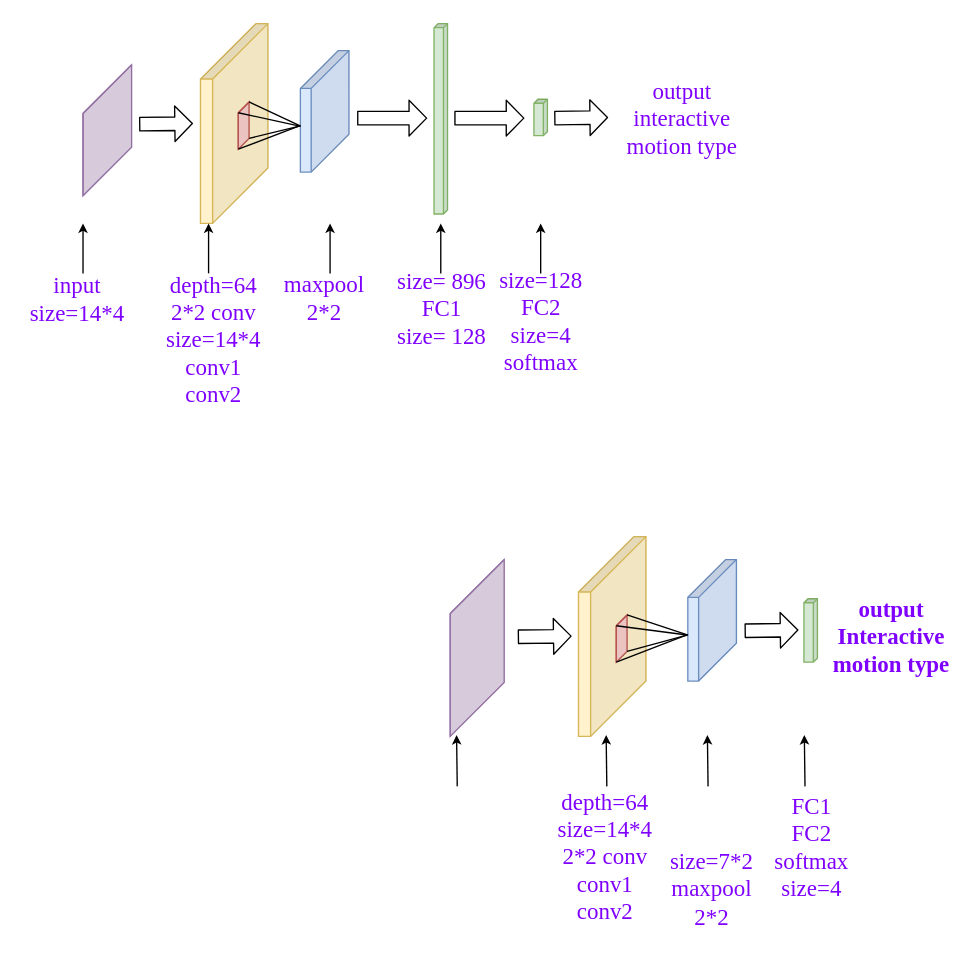
The draw.io diagram Interactive.drawio in ByronGe/ff, before the edit. Source tidied: cells renumbered, new cells numbered last; positions are measured from the earlier drawing's top-left corner, leaving out a move shared by most shapes. Both pictures are drawn from the tidied source at 135%, with x=0, y=0 at pixel (23, 23).
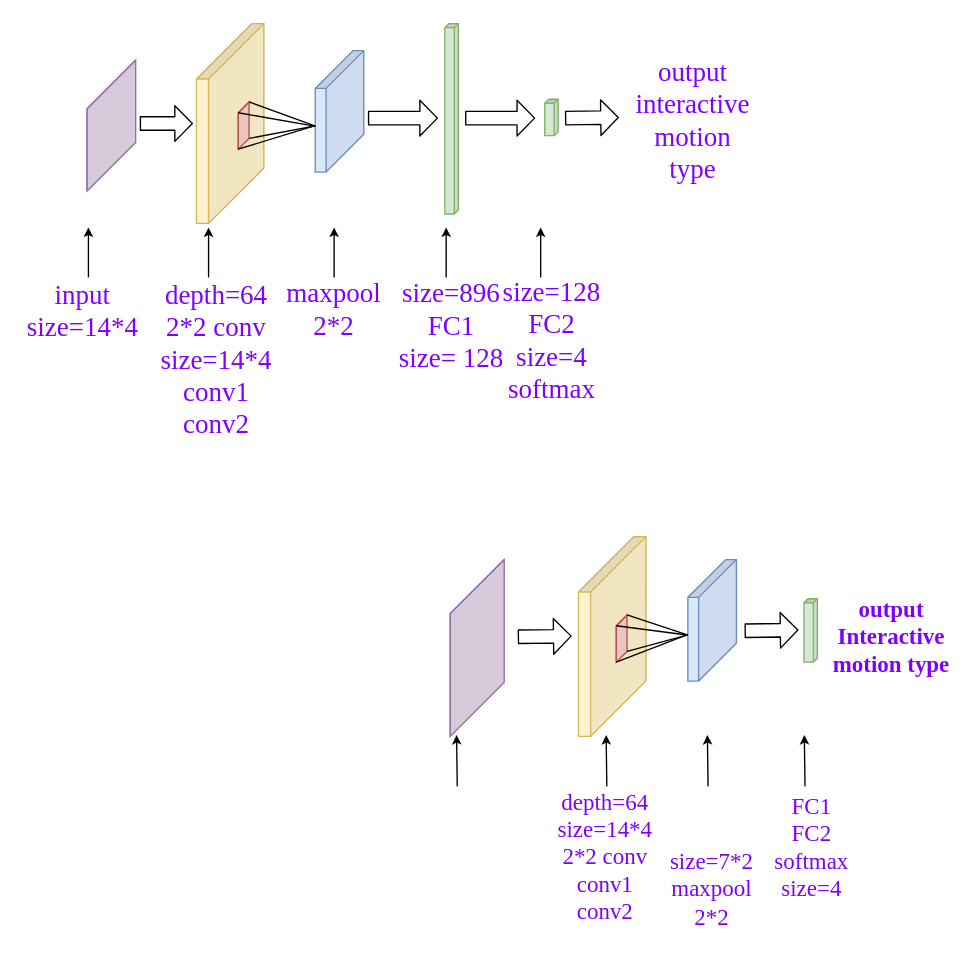
Above is the later version.

Change to the diagram source:
```diff
@@
-    <mxCell id="19" style="shape=cube;whiteSpace=wrap;html=1;boundedLbl=1;backgroundOutline=1;darkOpacity=0.05;darkOpacity2=0.1;fillColor=#dae8fc;strokeColor=#6c8ebf;size=28;direction=south;fontSize=17;fontStyle=0;" parent="1" vertex="1">
-      <mxGeometry x="205" y="20" width="36" height="90" as="geometry" />
+    <mxCell id="19" style="shape=cube;whiteSpace=wrap;html=1;boundedLbl=1;backgroundOutline=1;darkOpacity=0.05;darkOpacity2=0.1;fillColor=#dae8fc;strokeColor=#6c8ebf;size=28;direction=south;fontSize=20;fontStyle=0;" parent="1" vertex="1">
+      <mxGeometry x="216" y="20" width="36" height="90" as="geometry" />
     </mxCell>
-    <mxCell id="20" style="shape=cube;whiteSpace=wrap;html=1;boundedLbl=1;backgroundOutline=1;darkOpacity=0.05;darkOpacity2=0.1;fillColor=#fff2cc;strokeColor=#d6b656;size=41;direction=south;fontSize=17;fontStyle=0;" parent="1" vertex="1">
-      <mxGeometry x="131" width="50" height="148" as="geometry" />
+    <mxCell id="20" style="shape=cube;whiteSpace=wrap;html=1;boundedLbl=1;backgroundOutline=1;darkOpacity=0.05;darkOpacity2=0.1;fillColor=#fff2cc;strokeColor=#d6b656;size=41;direction=south;fontSize=20;fontStyle=0;" parent="1" vertex="1">
+      <mxGeometry x="128" width="50" height="148" as="geometry" />
     </mxCell>
-    <mxCell id="21" style="shape=cube;whiteSpace=wrap;html=1;boundedLbl=1;backgroundOutline=1;darkOpacity=0.05;darkOpacity2=0.1;fillColor=#d5e8d4;strokeColor=#82b366;size=3;direction=south;fontSize=17;fontStyle=0;" parent="1" vertex="1">
-      <mxGeometry x="304" width="10" height="141" as="geometry" />
+    <mxCell id="21" style="shape=cube;whiteSpace=wrap;html=1;boundedLbl=1;backgroundOutline=1;darkOpacity=0.05;darkOpacity2=0.1;fillColor=#d5e8d4;strokeColor=#82b366;size=3;direction=south;fontSize=20;fontStyle=0;" parent="1" vertex="1">
+      <mxGeometry x="312" width="10" height="141" as="geometry" />
     </mxCell>
-    <mxCell id="22" style="shape=cube;whiteSpace=wrap;html=1;boundedLbl=1;backgroundOutline=1;darkOpacity=0.05;darkOpacity2=0.1;fillColor=#d5e8d4;strokeColor=#82b366;size=3;direction=south;fontSize=17;fontStyle=0;" parent="1" vertex="1">
-      <mxGeometry x="378" y="56" width="10" height="27" as="geometry" />
+    <mxCell id="22" style="shape=cube;whiteSpace=wrap;html=1;boundedLbl=1;backgroundOutline=1;darkOpacity=0.05;darkOpacity2=0.1;fillColor=#d5e8d4;strokeColor=#82b366;size=3;direction=south;fontSize=20;fontStyle=0;" parent="1" vertex="1">
+      <mxGeometry x="386" y="56" width="10" height="27" as="geometry" />
     </mxCell>
-    <mxCell id="23" style="shape=cube;whiteSpace=wrap;html=1;boundedLbl=1;backgroundOutline=1;darkOpacity=0.05;darkOpacity2=0.1;fillColor=#f8cecc;strokeColor=#b85450;size=9;direction=south;fontSize=17;fontStyle=0;" parent="1" vertex="1">
+    <mxCell id="23" style="shape=cube;whiteSpace=wrap;html=1;boundedLbl=1;backgroundOutline=1;darkOpacity=0.05;darkOpacity2=0.1;fillColor=#f8cecc;strokeColor=#b85450;size=9;direction=south;fontSize=20;fontStyle=0;" parent="1" vertex="1">
       <mxGeometry x="159" y="58" width="8" height="35" as="geometry" />
     </mxCell>
-    <mxCell id="24" style="endArrow=none;html=1;exitX=0;exitY=0;exitDx=8;exitDy=8;exitPerimeter=0;entryX=0.621;entryY=1.015;entryDx=0;entryDy=0;entryPerimeter=0;fontSize=17;fontStyle=0;" parent="1" edge="1" source="23" target="19">
+    <mxCell id="24" style="endArrow=none;html=1;exitX=0;exitY=0;exitDx=8;exitDy=8;exitPerimeter=0;entryX=0.621;entryY=1.015;entryDx=0;entryDy=0;entryPerimeter=0;fontSize=20;fontStyle=0;" parent="1" edge="1" source="23" target="19">
       <mxGeometry relative="1" as="geometry" />
     </mxCell>
-    <mxCell id="25" style="endArrow=none;html=1;exitX=0;exitY=0;exitDx=0;exitDy=0;exitPerimeter=0;entryX=0.621;entryY=0.993;entryDx=0;entryDy=0;entryPerimeter=0;fontSize=17;fontStyle=0;" parent="1" edge="1" source="23" target="19">
+    <mxCell id="25" style="endArrow=none;html=1;exitX=0;exitY=0;exitDx=0;exitDy=0;exitPerimeter=0;entryX=0.621;entryY=0.993;entryDx=0;entryDy=0;entryPerimeter=0;fontSize=20;fontStyle=0;" parent="1" edge="1" source="23" target="19">
       <mxGeometry relative="1" as="geometry" />
     </mxCell>
-    <mxCell id="26" style="endArrow=none;html=1;entryX=0;entryY=0;entryDx=35;entryDy=8;entryPerimeter=0;exitX=0.619;exitY=1.019;exitDx=0;exitDy=0;exitPerimeter=0;fontSize=17;fontStyle=0;" parent="1" edge="1" source="19" target="23">
+    <mxCell id="26" style="endArrow=none;html=1;entryX=0;entryY=0;entryDx=35;entryDy=8;entryPerimeter=0;exitX=0.619;exitY=1.019;exitDx=0;exitDy=0;exitPerimeter=0;fontSize=20;fontStyle=0;" parent="1" edge="1" source="19" target="23">
       <mxGeometry relative="1" as="geometry" />
     </mxCell>
-    <mxCell id="27" style="endArrow=none;html=1;entryX=0;entryY=0;entryDx=27;entryDy=0;entryPerimeter=0;exitX=0.619;exitY=0.998;exitDx=0;exitDy=0;exitPerimeter=0;fontSize=17;fontStyle=0;" parent="1" edge="1" source="19" target="23">
+    <mxCell id="27" style="endArrow=none;html=1;entryX=0;entryY=0;entryDx=27;entryDy=0;entryPerimeter=0;exitX=0.619;exitY=0.998;exitDx=0;exitDy=0;exitPerimeter=0;fontSize=20;fontStyle=0;" parent="1" edge="1" source="19" target="23">
       <mxGeometry relative="1" as="geometry" />
     </mxCell>
-    <mxCell id="28" value="&lt;font color=&quot;#7f00ff&quot; style=&quot;font-size: 17px;&quot;&gt;&lt;span style=&quot;font-size: 17px;&quot;&gt;depth=64&lt;br style=&quot;font-size: 17px;&quot;&gt;2*2 conv&lt;br style=&quot;font-size: 17px;&quot;&gt;size=14*4&lt;br style=&quot;font-size: 17px;&quot;&gt;conv1&lt;br style=&quot;font-size: 17px;&quot;&gt;conv2&lt;/span&gt;&lt;/font&gt;&lt;br style=&quot;font-size: 17px;&quot;&gt;" style="text;html=1;strokeColor=none;fillColor=none;align=center;verticalAlign=middle;whiteSpace=wrap;rounded=0;fontFamily=Times New Roman;fontSize=17;fontStyle=0;fillOpacity=50;opacity=0;glass=0;comic=0;perimeterSpacing=7;spacing=50;" parent="1" vertex="1">
-      <mxGeometry x="106" y="180.2" width="70" height="110" as="geometry" />
+    <mxCell id="28" value="&lt;font color=&quot;#7f00ff&quot; style=&quot;font-size: 20px;&quot;&gt;&lt;span style=&quot;font-size: 20px;&quot;&gt;depth=64&lt;br style=&quot;font-size: 20px;&quot;&gt;2*2 conv&lt;br style=&quot;font-size: 20px;&quot;&gt;size=14*4&lt;br style=&quot;font-size: 20px;&quot;&gt;conv1&lt;br style=&quot;font-size: 20px;&quot;&gt;conv2&lt;/span&gt;&lt;/font&gt;&lt;br style=&quot;font-size: 20px;&quot;&gt;" style="text;html=1;strokeColor=none;fillColor=none;align=center;verticalAlign=middle;whiteSpace=wrap;rounded=0;fontFamily=Times New Roman;fontSize=20;fontStyle=0;fillOpacity=50;opacity=0;glass=0;comic=0;perimeterSpacing=7;spacing=50;" parent="1" vertex="1">
+      <mxGeometry x="108" y="193" width="70" height="110" as="geometry" />
     </mxCell>
-    <mxCell id="29" value="&lt;font color=&quot;#7f00ff&quot; style=&quot;font-size: 17px;&quot;&gt;&lt;span style=&quot;font-size: 17px;&quot;&gt;maxpool&lt;br style=&quot;font-size: 17px;&quot;&gt;2*2&lt;br style=&quot;font-size: 17px;&quot;&gt;&lt;/span&gt;&lt;/font&gt;" style="text;html=1;strokeColor=none;fillColor=none;align=center;verticalAlign=middle;whiteSpace=wrap;rounded=0;fontFamily=Times New Roman;fontSize=17;fontStyle=0;" parent="1" vertex="1">
-      <mxGeometry x="181" y="176" width="84" height="56" as="geometry" />
+    <mxCell id="29" value="&lt;font color=&quot;#7f00ff&quot; style=&quot;font-size: 20px;&quot;&gt;&lt;span style=&quot;font-size: 20px;&quot;&gt;maxpool&lt;br style=&quot;font-size: 20px;&quot;&gt;2*2&lt;br style=&quot;font-size: 20px;&quot;&gt;&lt;/span&gt;&lt;/font&gt;" style="text;html=1;strokeColor=none;fillColor=none;align=center;verticalAlign=middle;whiteSpace=wrap;rounded=0;fontFamily=Times New Roman;fontSize=20;fontStyle=0;" parent="1" vertex="1">
+      <mxGeometry x="188" y="183" width="84" height="56" as="geometry" />
     </mxCell>
-    <mxCell id="30" value="&lt;font color=&quot;#7f00ff&quot; style=&quot;font-size: 17px;&quot;&gt;&lt;span style=&quot;font-size: 17px;&quot;&gt;&lt;font style=&quot;vertical-align: inherit; font-size: 17px;&quot;&gt;&lt;font style=&quot;vertical-align: inherit; font-size: 17px;&quot;&gt;size= 896 &lt;/font&gt;&lt;/font&gt;&lt;br style=&quot;font-size: 17px;&quot;&gt;&lt;font style=&quot;vertical-align: inherit; font-size: 17px;&quot;&gt;&lt;font style=&quot;vertical-align: inherit; font-size: 17px;&quot;&gt;FC1 &lt;/font&gt;&lt;/font&gt;&lt;br style=&quot;font-size: 17px;&quot;&gt;&lt;font style=&quot;vertical-align: inherit; font-size: 17px;&quot;&gt;&lt;font style=&quot;vertical-align: inherit; font-size: 17px;&quot;&gt;size= 128&lt;/font&gt;&lt;/font&gt;&lt;/span&gt;&lt;/font&gt;" style="text;html=1;strokeColor=none;fillColor=none;align=center;verticalAlign=middle;whiteSpace=wrap;rounded=0;direction=south;fontFamily=Times New Roman;fontSize=17;fontStyle=0;" parent="1" vertex="1">
-      <mxGeometry x="255" y="172" width="110" height="80" as="geometry" />
+    <mxCell id="30" value="&lt;font color=&quot;#7f00ff&quot; style=&quot;font-size: 20px&quot;&gt;&lt;span style=&quot;font-size: 20px&quot;&gt;&lt;font style=&quot;vertical-align: inherit ; font-size: 20px&quot;&gt;&lt;font style=&quot;vertical-align: inherit ; font-size: 20px&quot;&gt;size=896 &lt;/font&gt;&lt;/font&gt;&lt;br style=&quot;font-size: 20px&quot;&gt;&lt;font style=&quot;vertical-align: inherit ; font-size: 20px&quot;&gt;&lt;font style=&quot;vertical-align: inherit ; font-size: 20px&quot;&gt;FC1 &lt;/font&gt;&lt;/font&gt;&lt;br style=&quot;font-size: 20px&quot;&gt;&lt;font style=&quot;vertical-align: inherit ; font-size: 20px&quot;&gt;&lt;font style=&quot;vertical-align: inherit ; font-size: 20px&quot;&gt;size= 128&lt;/font&gt;&lt;/font&gt;&lt;/span&gt;&lt;/font&gt;" style="text;html=1;strokeColor=none;fillColor=none;align=center;verticalAlign=middle;whiteSpace=wrap;rounded=0;direction=south;fontFamily=Times New Roman;fontSize=20;fontStyle=0;" parent="1" vertex="1">
+      <mxGeometry x="262" y="183" width="110" height="80" as="geometry" />
     </mxCell>
-    <mxCell id="31" style="shape=cube;whiteSpace=wrap;html=1;boundedLbl=1;backgroundOutline=1;darkOpacity=0.05;darkOpacity2=0.1;fillColor=#e1d5e7;strokeColor=#9673a6;size=41;direction=south;fontSize=17;fontStyle=0;" parent="1" vertex="1">
-      <mxGeometry x="44" y="30.5" width="36" height="97" as="geometry" />
+    <mxCell id="31" style="shape=cube;whiteSpace=wrap;html=1;boundedLbl=1;backgroundOutline=1;darkOpacity=0.05;darkOpacity2=0.1;fillColor=#e1d5e7;strokeColor=#9673a6;size=41;direction=south;fontSize=20;fontStyle=0;" parent="1" vertex="1">
+      <mxGeometry x="47" y="27" width="36" height="97" as="geometry" />
     </mxCell>
-    <mxCell id="32" value="&lt;font style=&quot;font-size: 17px;&quot; color=&quot;#7f00ff&quot;&gt;&lt;span style=&quot;font-size: 17px; line-height: 110%;&quot;&gt;input&lt;br style=&quot;font-size: 17px;&quot;&gt;size=14*4&lt;/span&gt;&lt;/font&gt;" style="text;html=1;strokeColor=none;fillColor=none;align=center;verticalAlign=middle;whiteSpace=wrap;rounded=0;fontFamily=Times New Roman;fontSize=17;fontStyle=0;strokeOpacity=100;imageHeight=17;" parent="1" vertex="1">
-      <mxGeometry y="180" width="80" height="50" as="geometry" />
+    <mxCell id="32" value="&lt;font style=&quot;font-size: 20px;&quot; color=&quot;#7f00ff&quot;&gt;&lt;span style=&quot;font-size: 20px; line-height: 110%;&quot;&gt;input&lt;br style=&quot;font-size: 20px;&quot;&gt;size=14*4&lt;/span&gt;&lt;/font&gt;" style="text;html=1;strokeColor=none;fillColor=none;align=center;verticalAlign=middle;whiteSpace=wrap;rounded=0;fontFamily=Times New Roman;fontSize=20;fontStyle=0;strokeOpacity=100;imageHeight=17;" parent="1" vertex="1">
+      <mxGeometry x="4" y="187" width="80" height="50" as="geometry" />
     </mxCell>
-    <mxCell id="33" style="shape=flexArrow;endArrow=classic;html=1;endWidth=15.428571428571429;endSize=4;startWidth=15.428571428571429;startSize=6.668571428571428;width=10;fontSize=17;fontStyle=0;" parent="1" edge="1">
+    <mxCell id="33" style="shape=flexArrow;endArrow=classic;html=1;endWidth=15.428571428571429;endSize=4;startWidth=15.428571428571429;startSize=6.668571428571428;width=10;fontSize=20;fontStyle=0;" parent="1" edge="1">
       <mxGeometry relative="1" as="geometry">
-        <mxPoint x="319" y="70" as="sourcePoint" />
-        <mxPoint x="371" y="70" as="targetPoint" />
+        <mxPoint x="327" y="70" as="sourcePoint" />
+        <mxPoint x="379" y="70" as="targetPoint" />
       </mxGeometry>
     </mxCell>
-    <mxCell id="34" style="endArrow=classic;html=1;endSize=4;fontSize=17;fontStyle=0;" parent="1" edge="1">
+    <mxCell id="34" style="endArrow=classic;html=1;endSize=4;fontSize=20;fontStyle=0;" parent="1" edge="1">
       <mxGeometry relative="1" as="geometry">
-        <mxPoint x="137" y="185" as="sourcePoint" />
-        <mxPoint x="137" y="148" as="targetPoint" />
+        <mxPoint x="137" y="188" as="sourcePoint" />
+        <mxPoint x="137" y="151" as="targetPoint" />
       </mxGeometry>
     </mxCell>
-    <mxCell id="35" style="endArrow=classic;html=1;endSize=4;fontSize=17;fontStyle=0;" parent="1" edge="1">
+    <mxCell id="35" style="endArrow=classic;html=1;endSize=4;fontSize=20;fontStyle=0;" parent="1" edge="1">
       <mxGeometry relative="1" as="geometry">
-        <mxPoint x="227" y="185" as="sourcePoint" />
-        <mxPoint x="227" y="148" as="targetPoint" />
+        <mxPoint x="230" y="188" as="sourcePoint" />
+        <mxPoint x="230" y="151" as="targetPoint" />
       </mxGeometry>
     </mxCell>
-    <mxCell id="36" style="endArrow=classic;html=1;endSize=4;fontSize=17;fontStyle=0;" parent="1" edge="1">
+    <mxCell id="36" style="endArrow=classic;html=1;endSize=4;fontSize=20;fontStyle=0;" parent="1" edge="1">
       <mxGeometry relative="1" as="geometry">
-        <mxPoint x="44" y="185" as="sourcePoint" />
-        <mxPoint x="44" y="148" as="targetPoint" />
+        <mxPoint x="48" y="188" as="sourcePoint" />
+        <mxPoint x="48" y="151" as="targetPoint" />
       </mxGeometry>
     </mxCell>
-    <mxCell id="37" style="shape=flexArrow;endArrow=classic;html=1;endWidth=15.428571428571429;endSize=4;startWidth=15.428571428571429;startSize=6.668571428571428;width=10;entryX=0;entryY=0;entryDx=64.5;entryDy=10;entryPerimeter=0;fontSize=17;fontStyle=0;" parent="1" edge="1">
+    <mxCell id="37" style="shape=flexArrow;endArrow=classic;html=1;endWidth=15.428571428571429;endSize=4;startWidth=15.428571428571429;startSize=6.668571428571428;width=10;entryX=0;entryY=0;entryDx=64.5;entryDy=10;entryPerimeter=0;fontSize=20;fontStyle=0;" parent="1" edge="1">
       <mxGeometry relative="1" as="geometry">
-        <mxPoint x="85.5" y="74.5" as="sourcePoint" />
+        <mxPoint x="86" y="74" as="sourcePoint" />
         <mxPoint x="125.5" y="74" as="targetPoint" />
       </mxGeometry>
     </mxCell>
-    <mxCell id="38" style="endArrow=classic;html=1;endSize=4;fontSize=17;fontStyle=0;" parent="1" edge="1">
+    <mxCell id="38" style="endArrow=classic;html=1;endSize=4;fontSize=20;fontStyle=0;" parent="1" edge="1">
       <mxGeometry relative="1" as="geometry">
-        <mxPoint x="309" y="185" as="sourcePoint" />
-        <mxPoint x="309" y="148" as="targetPoint" />
+        <mxPoint x="313" y="188" as="sourcePoint" />
+        <mxPoint x="313" y="151" as="targetPoint" />
       </mxGeometry>
     </mxCell>
-    <mxCell id="39" value="&lt;span style=&quot;font-size: 17px;&quot;&gt;&lt;font color=&quot;#7f00ff&quot; face=&quot;Times New Roman&quot; style=&quot;font-size: 17px;&quot;&gt;size=128&lt;br style=&quot;font-size: 17px;&quot;&gt;FC2&lt;br style=&quot;font-size: 17px;&quot;&gt;size=4&lt;br style=&quot;font-size: 17px;&quot;&gt;softmax&lt;/font&gt;&lt;/span&gt;" style="text;html=1;strokeColor=none;fillColor=none;align=center;verticalAlign=middle;whiteSpace=wrap;rounded=0;fontSize=17;fontStyle=0;" parent="1" vertex="1">
-      <mxGeometry x="350.5" y="173.2" width="65" height="95.5" as="geometry" />
+    <mxCell id="39" value="&lt;span style=&quot;font-size: 20px;&quot;&gt;&lt;font color=&quot;#7f00ff&quot; face=&quot;Times New Roman&quot; style=&quot;font-size: 20px;&quot;&gt;size=128&lt;br style=&quot;font-size: 20px;&quot;&gt;FC2&lt;br style=&quot;font-size: 20px;&quot;&gt;size=4&lt;br style=&quot;font-size: 20px;&quot;&gt;softmax&lt;/font&gt;&lt;/span&gt;" style="text;html=1;strokeColor=none;fillColor=none;align=center;verticalAlign=middle;whiteSpace=wrap;rounded=0;fontSize=20;fontStyle=0;" parent="1" vertex="1">
+      <mxGeometry x="358.5" y="186" width="65" height="95.5" as="geometry" />
     </mxCell>
-    <mxCell id="40" style="endArrow=classic;html=1;endSize=4;fontSize=17;fontStyle=0;" parent="1" edge="1">
+    <mxCell id="40" style="endArrow=classic;html=1;endSize=4;fontSize=20;fontStyle=0;" parent="1" edge="1">
       <mxGeometry relative="1" as="geometry">
-        <mxPoint x="383" y="185" as="sourcePoint" />
-        <mxPoint x="383" y="148" as="targetPoint" />
+        <mxPoint x="383" y="188" as="sourcePoint" />
+        <mxPoint x="383" y="151" as="targetPoint" />
       </mxGeometry>
     </mxCell>
-    <mxCell id="41" style="shape=flexArrow;endArrow=classic;html=1;endWidth=15.428571428571429;endSize=4;startWidth=15.428571428571429;startSize=6.668571428571428;width=10;entryX=0;entryY=0;entryDx=64.5;entryDy=10;entryPerimeter=0;fontSize=17;fontStyle=0;" parent="1" edge="1">
+    <mxCell id="41" style="shape=flexArrow;endArrow=classic;html=1;endWidth=15.428571428571429;endSize=4;startWidth=15.428571428571429;startSize=6.668571428571428;width=10;entryX=0;entryY=0;entryDx=64.5;entryDy=10;entryPerimeter=0;fontSize=20;fontStyle=0;" parent="1" edge="1">
       <mxGeometry relative="1" as="geometry">
-        <mxPoint x="393" y="70" as="sourcePoint" />
-        <mxPoint x="433" y="69.5" as="targetPoint" />
+        <mxPoint x="401" y="70" as="sourcePoint" />
+        <mxPoint x="441" y="69.5" as="targetPoint" />
       </mxGeometry>
     </mxCell>
-    <mxCell id="42" value="&lt;font color=&quot;#7f00ff&quot; face=&quot;Times New Roman&quot; style=&quot;font-size: 17px&quot;&gt;&lt;span style=&quot;font-size: 17px&quot;&gt;output&lt;br style=&quot;font-size: 17px&quot;&gt;interactive motion type&lt;/span&gt;&lt;/font&gt;" style="text;html=1;strokeColor=none;fillColor=none;align=center;verticalAlign=middle;whiteSpace=wrap;rounded=0;fontSize=17;fontStyle=0;" parent="1" vertex="1">
-      <mxGeometry x="443" y="22" width="90" height="97" as="geometry" />
+    <mxCell id="42" value="&lt;font color=&quot;#7f00ff&quot; face=&quot;Times New Roman&quot; style=&quot;font-size: 20px;&quot;&gt;&lt;span style=&quot;font-size: 20px;&quot;&gt;output&lt;br style=&quot;font-size: 20px;&quot;&gt;interactive motion type&lt;/span&gt;&lt;/font&gt;" style="text;html=1;strokeColor=none;fillColor=none;align=center;verticalAlign=middle;whiteSpace=wrap;rounded=0;fontSize=20;fontStyle=0;" parent="1" vertex="1">
+      <mxGeometry x="451" y="22" width="90" height="97" as="geometry" />
     </mxCell>
@@
-    <mxCell id="45" style="shape=flexArrow;endArrow=classic;html=1;endWidth=15.428571428571429;endSize=4;startWidth=15.428571428571429;startSize=6.668571428571428;width=10;fontSize=17;fontStyle=0;" parent="1" edge="1">
+    <mxCell id="45" style="shape=flexArrow;endArrow=classic;html=1;endWidth=15.428571428571429;endSize=4;startWidth=15.428571428571429;startSize=6.668571428571428;width=10;fontSize=20;fontStyle=0;" parent="1" edge="1">
       <mxGeometry relative="1" as="geometry">
-        <mxPoint x="247" y="70" as="sourcePoint" />
-        <mxPoint x="299" y="70" as="targetPoint" />
+        <mxPoint x="255" y="70" as="sourcePoint" />
+        <mxPoint x="307" y="70" as="targetPoint" />
       </mxGeometry>
     </mxCell>
```
